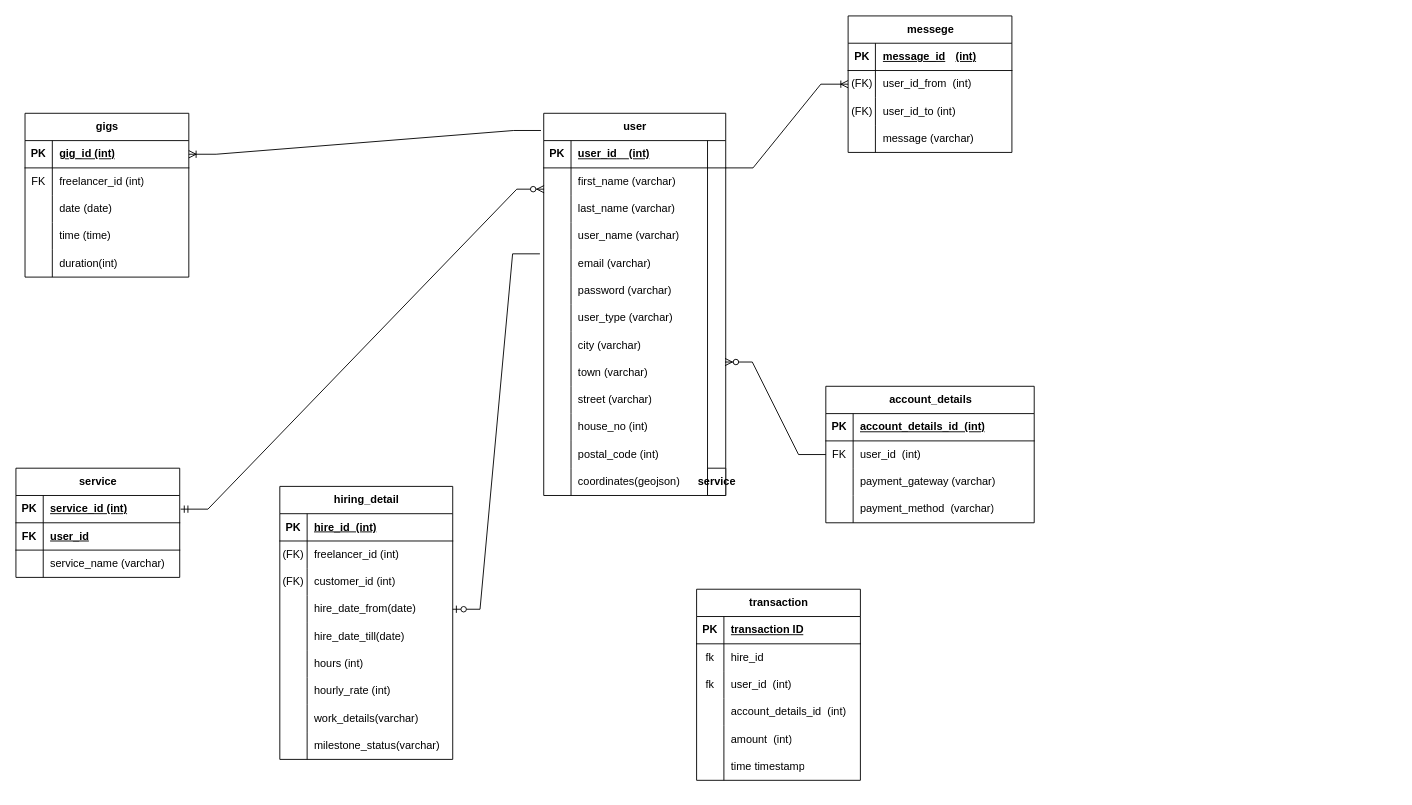
Above: gmfree-erd.drawio in 1011Technologies/GM-Freelance-server (draw.io), before the change. Source tidied: cells renumbered, new cells numbered last; positions are measured from the earlier drawing's top-left corner, leaving out a move shared by most shapes. Both pictures are drawn from the tidied source at 91%, with x=0, y=0 at pixel (15, 15).
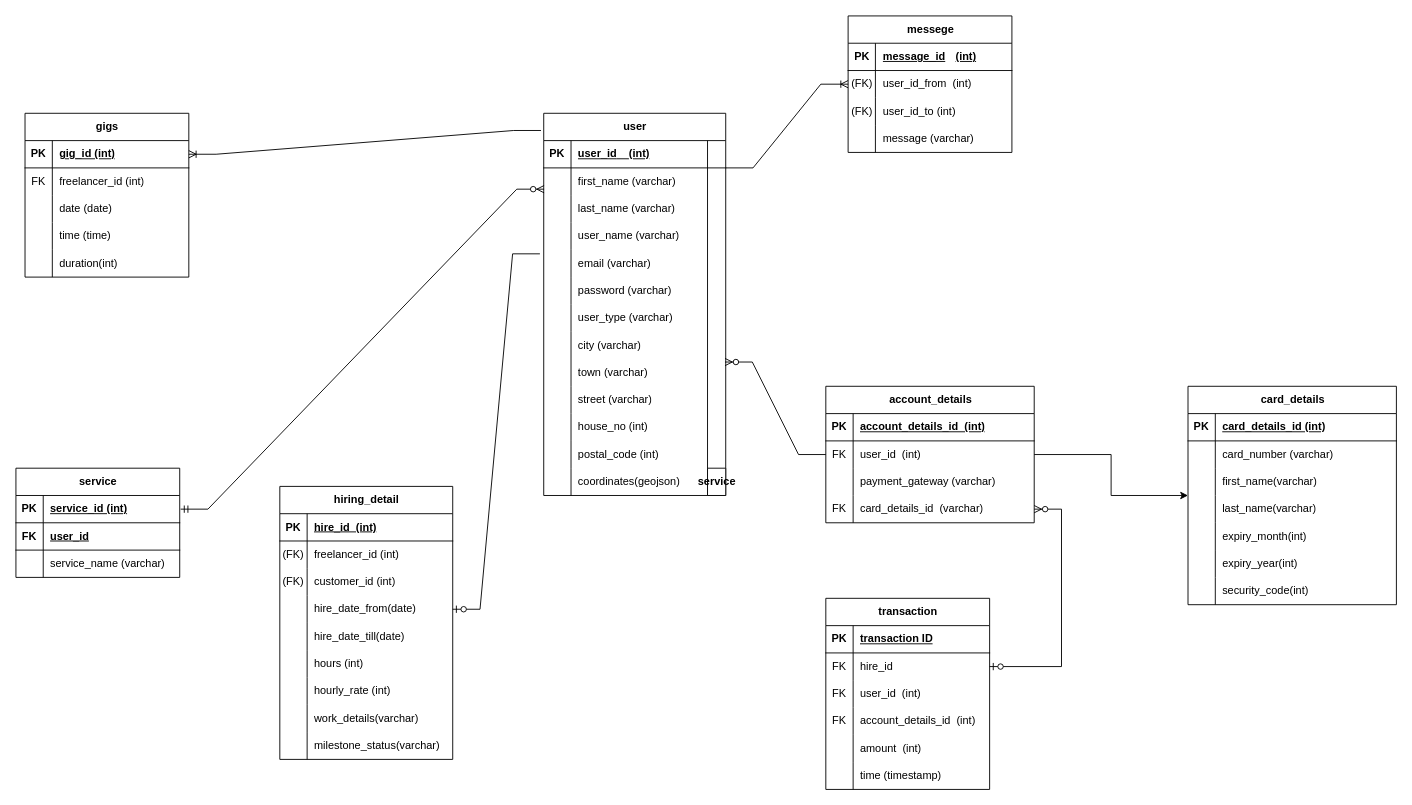
Above is the later version.

Unchanged cells that the change refers to:
```xml
<mxCell id="56" value="account_details" style="shape=table;startSize=30;childLayout=tableLayout;rowLines=0;fontStyle=1;align=center;html=1;" parent="1" vertex="1">
  <mxGeometry x="890" y="407" width="229" height="150" as="geometry" />
</mxCell>
<mxCell id="66" style="shape=tableRow;horizontal=0;startSize=0;swimlaneHead=0;swimlaneBody=0;fillColor=none;points=[[0,0.5],[1,0.5]];portConstraint=eastwest;top=0;left=0;right=0;bottom=0;" parent="56" vertex="1">
  <mxGeometry y="120" width="229" height="30" as="geometry" />
</mxCell>
<mxCell id="132" style="shape=tableRow;horizontal=0;startSize=0;swimlaneHead=0;swimlaneBody=0;fillColor=none;points=[[0,0.5],[1,0.5]];portConstraint=eastwest;top=0;left=0;right=0;bottom=0;" parent="128" vertex="1">
  <mxGeometry y="60" width="180" height="30" as="geometry" />
</mxCell>
<mxCell id="135" style="shape=tableRow;horizontal=0;startSize=0;swimlaneHead=0;swimlaneBody=0;fillColor=none;top=0;left=0;right=0;bottom=0;" parent="128" vertex="1">
  <mxGeometry y="90" width="180" height="30" as="geometry" />
</mxCell>
<mxCell id="138" style="shape=tableRow;horizontal=0;startSize=0;swimlaneHead=0;swimlaneBody=0;fillColor=none;top=0;left=0;right=0;bottom=0;" parent="128" vertex="1">
  <mxGeometry y="120" width="180" height="30" as="geometry" />
</mxCell>
<mxCell id="144" style="shape=tableRow;horizontal=0;startSize=0;swimlaneHead=0;swimlaneBody=0;fillColor=none;top=0;left=0;right=0;bottom=0;" parent="128" vertex="1">
  <mxGeometry y="180" width="180" height="30" as="geometry" />
</mxCell>
```

What changed in the source:
```diff
@@
+    <mxCell id="147" style="edgeStyle=orthogonalEdgeStyle;rounded=0;jettySize=auto;html=1;" parent="1" edge="1" source="56" target="149">
+      <mxGeometry relative="1" as="geometry" />
+    </mxCell>
@@
-    <mxCell id="67" style="shape=partialRectangle;fillColor=none;top=0;left=0;bottom=0;right=0;overflow=hidden;whiteSpace=wrap;html=1;" parent="66" vertex="1">
+    <mxCell id="67" value="FK" style="shape=partialRectangle;fillColor=none;top=0;left=0;bottom=0;right=0;overflow=hidden;whiteSpace=wrap;html=1;" parent="66" vertex="1">
       <mxGeometry width="30" height="30" as="geometry" />
     </mxCell>
-    <mxCell id="68" value="payment_method&amp;nbsp; (varchar)" style="shape=partialRectangle;fillColor=none;top=0;left=0;bottom=0;right=0;align=left;spacingLeft=6;overflow=hidden;whiteSpace=wrap;html=1;" parent="66" vertex="1">
+    <mxCell id="68" value="card_details_id&amp;nbsp; (varchar)" style="shape=partialRectangle;fillColor=none;top=0;left=0;bottom=0;right=0;align=left;spacingLeft=6;overflow=hidden;whiteSpace=wrap;html=1;" parent="66" vertex="1">
       <mxGeometry x="30" width="199" height="30" as="geometry" />
     </mxCell>
@@
     <mxCell id="128" value="transaction" style="shape=table;startSize=30;childLayout=tableLayout;rowLines=0;fontStyle=1;align=center;html=1;" parent="1" vertex="1">
-      <mxGeometry x="748" y="630" width="180" height="210" as="geometry" />
+      <mxGeometry x="890" y="640" width="180" height="210" as="geometry" />
     </mxCell>
@@
-    <mxCell id="133" value="fk" style="shape=partialRectangle;fillColor=none;top=0;left=0;bottom=0;right=0;overflow=hidden;whiteSpace=wrap;html=1;" parent="132" vertex="1">
+    <mxCell id="133" value="FK" style="shape=partialRectangle;fillColor=none;top=0;left=0;bottom=0;right=0;overflow=hidden;whiteSpace=wrap;html=1;" parent="132" vertex="1">
       <mxGeometry width="30" height="30" as="geometry" />
     </mxCell>
@@
-    <mxCell id="136" value="fk" style="shape=partialRectangle;fillColor=none;top=0;left=0;bottom=0;right=0;overflow=hidden;whiteSpace=wrap;html=1;" parent="135" vertex="1">
+    <mxCell id="136" value="FK" style="shape=partialRectangle;fillColor=none;top=0;left=0;bottom=0;right=0;overflow=hidden;whiteSpace=wrap;html=1;" parent="135" vertex="1">
       <mxGeometry width="30" height="30" as="geometry" />
     </mxCell>
@@
-    <mxCell id="139" style="shape=partialRectangle;fillColor=none;top=0;left=0;bottom=0;right=0;overflow=hidden;whiteSpace=wrap;html=1;" parent="138" vertex="1">
-      <mxGeometry width="30" height="30" as="geometry" />
-    </mxCell>
+    <mxCell id="148" value="FK" style="shape=partialRectangle;fillColor=none;top=0;left=0;bottom=0;right=0;overflow=hidden;whiteSpace=wrap;html=1;" parent="138" vertex="1">
+      <mxGeometry width="30" height="30" as="geometry" />
+    </mxCell>
@@
-    <mxCell id="146" value="time timestamp" style="shape=partialRectangle;fillColor=none;top=0;left=0;bottom=0;right=0;align=left;spacingLeft=6;overflow=hidden;whiteSpace=wrap;html=1;" parent="144" vertex="1">
+    <mxCell id="146" value="time (timestamp)" style="shape=partialRectangle;fillColor=none;top=0;left=0;bottom=0;right=0;align=left;spacingLeft=6;overflow=hidden;whiteSpace=wrap;html=1;" parent="144" vertex="1">
       <mxGeometry x="30" width="150" height="30" as="geometry" />
     </mxCell>
+    <mxCell id="149" value="card_details" style="shape=table;startSize=30;childLayout=tableLayout;rowLines=0;fontStyle=1;align=center;html=1;" parent="1" vertex="1">
+      <mxGeometry x="1288" y="407" width="229" height="240" as="geometry" />
+    </mxCell>
+    <mxCell id="150" style="shape=tableRow;horizontal=0;startSize=0;swimlaneHead=0;swimlaneBody=0;fillColor=none;top=0;left=0;right=0;bottom=1;" parent="149" vertex="1">
+      <mxGeometry y="30" width="229" height="30" as="geometry" />
+    </mxCell>
+    <mxCell id="151" value="PK" style="shape=partialRectangle;fillColor=none;top=0;left=0;bottom=0;right=0;fontStyle=1;overflow=hidden;whiteSpace=wrap;html=1;" parent="150" vertex="1">
+      <mxGeometry width="30" height="30" as="geometry" />
+    </mxCell>
+    <mxCell id="152" value="card_details_id&amp;nbsp;(int)" style="shape=partialRectangle;fillColor=none;top=0;left=0;bottom=0;right=0;align=left;spacingLeft=6;fontStyle=5;overflow=hidden;whiteSpace=wrap;html=1;" parent="150" vertex="1">
+      <mxGeometry x="30" width="199" height="30" as="geometry" />
+    </mxCell>
+    <mxCell id="153" style="shape=tableRow;horizontal=0;startSize=0;swimlaneHead=0;swimlaneBody=0;fillColor=none;top=0;left=0;right=0;bottom=0;" parent="149" vertex="1">
+      <mxGeometry y="60" width="229" height="30" as="geometry" />
+    </mxCell>
+    <mxCell id="154" style="shape=partialRectangle;fillColor=none;top=0;left=0;bottom=0;right=0;overflow=hidden;whiteSpace=wrap;html=1;" parent="153" vertex="1">
+      <mxGeometry width="30" height="30" as="geometry" />
+    </mxCell>
+    <mxCell id="155" value="card_number (varchar)" style="shape=partialRectangle;fillColor=none;top=0;left=0;bottom=0;right=0;align=left;spacingLeft=6;overflow=hidden;whiteSpace=wrap;html=1;" parent="153" vertex="1">
+      <mxGeometry x="30" width="199" height="30" as="geometry" />
+    </mxCell>
+    <mxCell id="156" style="shape=tableRow;horizontal=0;startSize=0;swimlaneHead=0;swimlaneBody=0;fillColor=none;top=0;left=0;right=0;bottom=0;" parent="149" vertex="1">
+      <mxGeometry y="90" width="229" height="30" as="geometry" />
+    </mxCell>
+    <mxCell id="157" style="shape=partialRectangle;fillColor=none;top=0;left=0;bottom=0;right=0;overflow=hidden;whiteSpace=wrap;html=1;" parent="156" vertex="1">
+      <mxGeometry width="30" height="30" as="geometry" />
+    </mxCell>
+    <mxCell id="158" value="first_name(varchar)" style="shape=partialRectangle;fillColor=none;top=0;left=0;bottom=0;right=0;align=left;spacingLeft=6;overflow=hidden;whiteSpace=wrap;html=1;" parent="156" vertex="1">
+      <mxGeometry x="30" width="199" height="30" as="geometry" />
+    </mxCell>
+    <mxCell id="159" style="shape=tableRow;horizontal=0;startSize=0;swimlaneHead=0;swimlaneBody=0;fillColor=none;top=0;left=0;right=0;bottom=0;" parent="149" vertex="1">
+      <mxGeometry y="120" width="229" height="30" as="geometry" />
+    </mxCell>
+    <mxCell id="160" style="shape=partialRectangle;fillColor=none;top=0;left=0;bottom=0;right=0;overflow=hidden;whiteSpace=wrap;html=1;" parent="159" vertex="1">
+      <mxGeometry width="30" height="30" as="geometry" />
+    </mxCell>
+    <mxCell id="161" value="last_name(varchar)" style="shape=partialRectangle;fillColor=none;top=0;left=0;bottom=0;right=0;align=left;spacingLeft=6;overflow=hidden;whiteSpace=wrap;html=1;" parent="159" vertex="1">
+      <mxGeometry x="30" width="199" height="30" as="geometry" />
+    </mxCell>
+    <mxCell id="162" style="shape=tableRow;horizontal=0;startSize=0;swimlaneHead=0;swimlaneBody=0;fillColor=none;top=0;left=0;right=0;bottom=0;" parent="149" vertex="1">
+      <mxGeometry y="150" width="229" height="30" as="geometry" />
+    </mxCell>
+    <mxCell id="163" style="shape=partialRectangle;fillColor=none;top=0;left=0;bottom=0;right=0;overflow=hidden;whiteSpace=wrap;html=1;" parent="162" vertex="1">
+      <mxGeometry width="30" height="30" as="geometry" />
+    </mxCell>
+    <mxCell id="164" value="expiry_month(int)" style="shape=partialRectangle;fillColor=none;top=0;left=0;bottom=0;right=0;align=left;spacingLeft=6;overflow=hidden;whiteSpace=wrap;html=1;" parent="162" vertex="1">
+      <mxGeometry x="30" width="199" height="30" as="geometry" />
+    </mxCell>
+    <mxCell id="165" style="shape=tableRow;horizontal=0;startSize=0;swimlaneHead=0;swimlaneBody=0;fillColor=none;top=0;left=0;right=0;bottom=0;" parent="149" vertex="1">
+      <mxGeometry y="180" width="229" height="30" as="geometry" />
+    </mxCell>
+    <mxCell id="166" style="shape=partialRectangle;fillColor=none;top=0;left=0;bottom=0;right=0;overflow=hidden;whiteSpace=wrap;html=1;" parent="165" vertex="1">
+      <mxGeometry width="30" height="30" as="geometry" />
+    </mxCell>
+    <mxCell id="167" value="expiry_year(int)" style="shape=partialRectangle;fillColor=none;top=0;left=0;bottom=0;right=0;align=left;spacingLeft=6;overflow=hidden;whiteSpace=wrap;html=1;" parent="165" vertex="1">
+      <mxGeometry x="30" width="199" height="30" as="geometry" />
+    </mxCell>
+    <mxCell id="168" style="shape=tableRow;horizontal=0;startSize=0;swimlaneHead=0;swimlaneBody=0;fillColor=none;top=0;left=0;right=0;bottom=0;" parent="149" vertex="1">
+      <mxGeometry y="210" width="229" height="30" as="geometry" />
+    </mxCell>
+    <mxCell id="169" style="shape=partialRectangle;fillColor=none;top=0;left=0;bottom=0;right=0;overflow=hidden;whiteSpace=wrap;html=1;" parent="168" vertex="1">
+      <mxGeometry width="30" height="30" as="geometry" />
+    </mxCell>
+    <mxCell id="170" value="security_code(int)" style="shape=partialRectangle;fillColor=none;top=0;left=0;bottom=0;right=0;align=left;spacingLeft=6;overflow=hidden;whiteSpace=wrap;html=1;" parent="168" vertex="1">
+      <mxGeometry x="30" width="199" height="30" as="geometry" />
+    </mxCell>
+    <mxCell id="171" style="edgeStyle=entityRelationEdgeStyle;fontSize=12;html=1;endArrow=ERzeroToMany;startArrow=ERzeroToOne;rounded=0;exitX=1;exitY=0.5;exitDx=0;exitDy=0;" parent="1" edge="1" source="132" target="66">
+      <mxGeometry relative="1" as="geometry" />
+    </mxCell>
```
